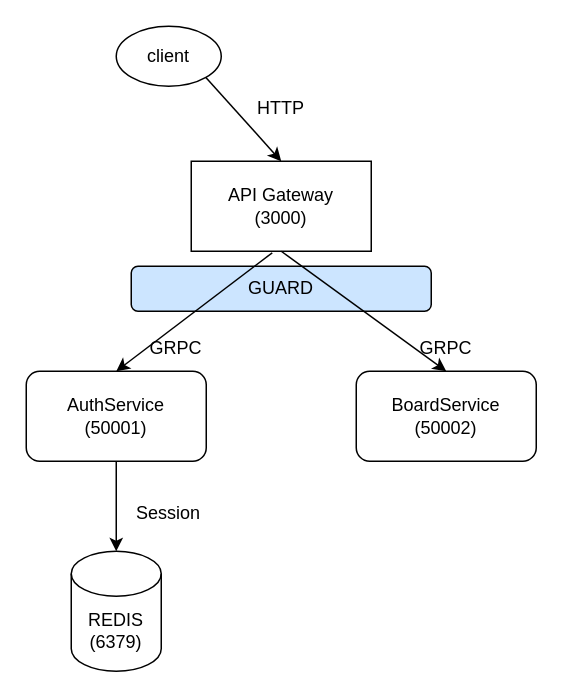
The draw.io diagram Untitled Diagram.drawio in kimdongjang/nest_aws_server, before the edit. Source tidied: cells renumbered, new cells numbered last; positions are measured from the earlier drawing's top-left corner, leaving out a move shared by most shapes. Both pictures are drawn from the tidied source at 150%, with x=0, y=0 at pixel (26, 26).
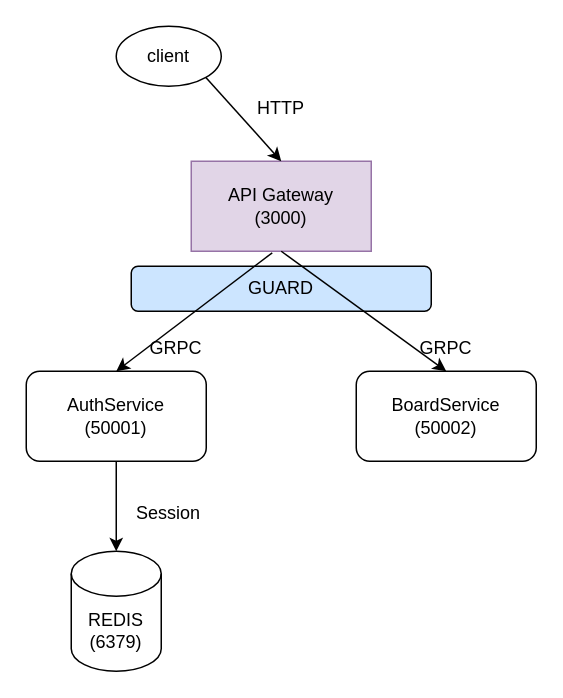
The same diagram, later.

Change to the diagram source:
```diff
@@
 <mxGraphModel>
   <root>
     <mxCell id="0" />
     <mxCell id="1" parent="0" />
     <mxCell id="2" value="GUARD" style="rounded=1;whiteSpace=wrap;html=1;fillColor=#CCE5FF;" parent="1" vertex="1">
       <mxGeometry x="70" y="160" width="200" height="30" as="geometry" />
     </mxCell>
-    <mxCell id="3" value="API Gateway&lt;br&gt;(3000)" style="rounded=0;whiteSpace=wrap;html=1;" parent="1" vertex="1">
+    <mxCell id="3" value="API Gateway&lt;br&gt;(3000)" style="rounded=0;whiteSpace=wrap;html=1;fillColor=#e1d5e7;strokeColor=#9673a6;" parent="1" vertex="1">
       <mxGeometry x="110" y="90" width="120" height="60" as="geometry" />
     </mxCell>
     <mxCell id="4" value="client" style="ellipse;whiteSpace=wrap;html=1;" parent="1" vertex="1">
       <mxGeometry x="60" width="70" height="40" as="geometry" />
     </mxCell>
     <mxCell id="5" value="AuthService&lt;br&gt;(50001)" style="rounded=1;whiteSpace=wrap;html=1;" parent="1" vertex="1">
       <mxGeometry y="230" width="120" height="60" as="geometry" />
     </mxCell>
     <mxCell id="6" value="BoardService&lt;br&gt;(50002)" style="rounded=1;whiteSpace=wrap;html=1;" parent="1" vertex="1">
       <mxGeometry x="220" y="230" width="120" height="60" as="geometry" />
     </mxCell>
     <mxCell id="7" style="endArrow=classic;html=1;rounded=0;exitX=1;exitY=1;exitDx=0;exitDy=0;entryX=0.5;entryY=0;entryDx=0;entryDy=0;" parent="1" edge="1" source="4" target="3">
       <mxGeometry relative="1" as="geometry" />
     </mxCell>
     <mxCell id="8" value="HTTP" style="text;html=1;strokeColor=none;fillColor=none;align=center;verticalAlign=middle;whiteSpace=wrap;rounded=0;" parent="1" vertex="1">
       <mxGeometry x="140" y="40" width="60" height="30" as="geometry" />
     </mxCell>
     <mxCell id="9" value="REDIS&lt;br&gt;(6379)" style="shape=cylinder3;whiteSpace=wrap;html=1;boundedLbl=1;backgroundOutline=1;size=15;" parent="1" vertex="1">
       <mxGeometry x="30" y="350" width="60" height="80" as="geometry" />
     </mxCell>
     <mxCell id="10" style="endArrow=classic;html=1;rounded=0;exitX=0.5;exitY=1;exitDx=0;exitDy=0;entryX=0.5;entryY=0;entryDx=0;entryDy=0;entryPerimeter=0;" parent="1" edge="1" source="5" target="9">
       <mxGeometry relative="1" as="geometry" />
     </mxCell>
     <mxCell id="11" value="Session" style="text;html=1;strokeColor=none;fillColor=none;align=center;verticalAlign=middle;whiteSpace=wrap;rounded=0;" parent="1" vertex="1">
       <mxGeometry x="65" y="310" width="60" height="30" as="geometry" />
     </mxCell>
     <mxCell id="12" style="endArrow=classic;html=1;rounded=0;exitX=0.45;exitY=1.017;exitDx=0;exitDy=0;exitPerimeter=0;entryX=0.5;entryY=0;entryDx=0;entryDy=0;" parent="1" edge="1" source="3" target="5">
       <mxGeometry relative="1" as="geometry" />
     </mxCell>
     <mxCell id="13" value="GRPC" style="text;html=1;strokeColor=none;fillColor=none;align=center;verticalAlign=middle;whiteSpace=wrap;rounded=0;" parent="1" vertex="1">
       <mxGeometry x="70" y="200" width="60" height="30" as="geometry" />
     </mxCell>
     <mxCell id="14" value="GRPC" style="text;html=1;strokeColor=none;fillColor=none;align=center;verticalAlign=middle;whiteSpace=wrap;rounded=0;" parent="1" vertex="1">
       <mxGeometry x="250" y="200" width="60" height="30" as="geometry" />
     </mxCell>
     <mxCell id="15" style="endArrow=classic;html=1;rounded=0;exitX=0.5;exitY=1;exitDx=0;exitDy=0;entryX=0.5;entryY=0;entryDx=0;entryDy=0;" parent="1" edge="1" source="3" target="6">
       <mxGeometry relative="1" as="geometry" />
     </mxCell>
   </root>
 </mxGraphModel>
```
